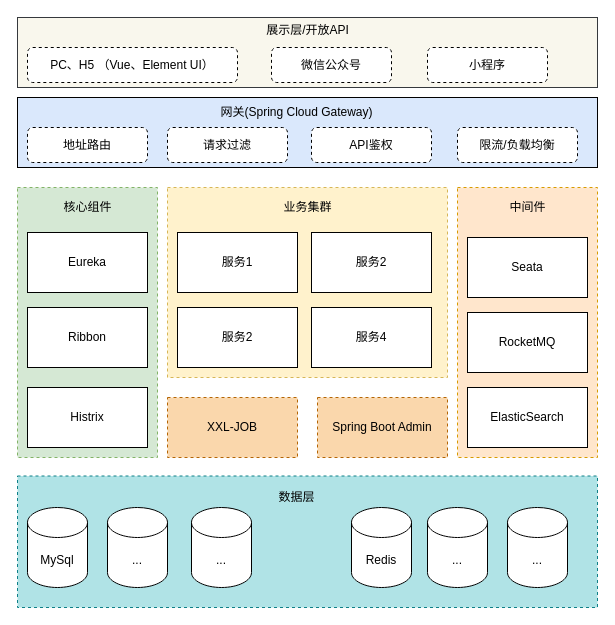
The draw.io diagram rongda-dep/牙管家-技术架构图.drawio in cherishsince/diagrams.net, before the edit. Source tidied: cells renumbered, new cells numbered last; positions are measured from the earlier drawing's top-left corner, leaving out a move shared by most shapes. Both pictures are drawn from the tidied source at 100%, with x=0, y=0 at pixel (17, 17).
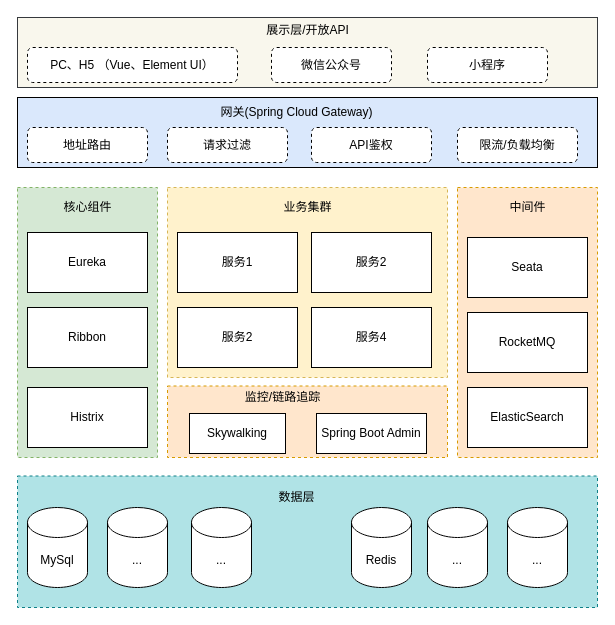
The same page after the edit.

Commit message (it also covers changes not shown here):
更新牙管家-技术架构图.drawio

Change to the diagram source:
```diff
@@
-    <mxCell id="27" value="XXL-JOB" style="rounded=0;whiteSpace=wrap;html=1;dashed=1;fillColor=#fad7ac;strokeColor=#b46504;" parent="1" vertex="1">
-      <mxGeometry x="150" y="380" width="130" height="60" as="geometry" />
-    </mxCell>
-    <mxCell id="28" value="Spring Boot Admin" style="rounded=0;whiteSpace=wrap;html=1;dashed=1;fillColor=#fad7ac;strokeColor=#b46504;" parent="1" vertex="1">
-      <mxGeometry x="300" y="380" width="130" height="60" as="geometry" />
-    </mxCell>
@@
+    <mxCell id="39" style="rounded=0;whiteSpace=wrap;html=1;dashed=1;fillColor=#ffe6cc;strokeColor=#d79b00;" parent="1" vertex="1">
+      <mxGeometry x="150" y="368.5" width="280" height="71.5" as="geometry" />
+    </mxCell>
+    <mxCell id="40" value="监控/链路追踪" style="text;html=1;align=center;verticalAlign=middle;strokeColor=none;" parent="1" vertex="1">
+      <mxGeometry x="220" y="370" width="90" height="20" as="geometry" />
+    </mxCell>
+    <mxCell id="41" value="Skywalking" style="rounded=0;whiteSpace=wrap;html=1;" parent="1" vertex="1">
+      <mxGeometry x="172" y="396" width="96" height="40" as="geometry" />
+    </mxCell>
+    <mxCell id="28" value="Spring Boot Admin" style="rounded=0;whiteSpace=wrap;html=1;" parent="1" vertex="1">
+      <mxGeometry x="299" y="396" width="110" height="40" as="geometry" />
+    </mxCell>
```
